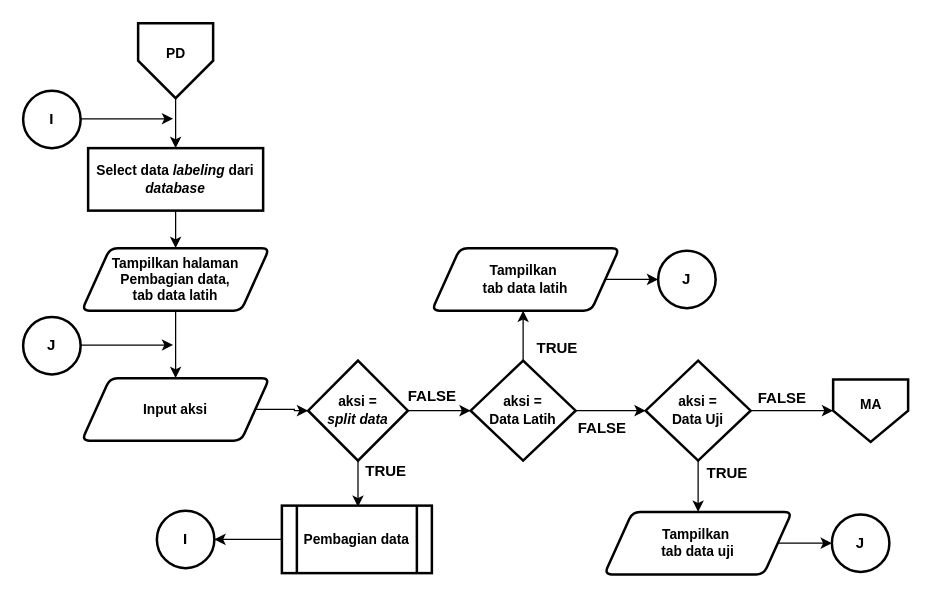
Earlier version of the draw.io diagram Dokumen TA/Paper/Flowchart/Flowchart menu pembagian data.drawio (muspriandi/TextMining-SentimentAnalysis). Source tidied: cells renumbered, new cells numbered last; positions are measured from the earlier drawing's top-left corner, leaving out a move shared by most shapes. Both pictures are drawn from the tidied source at 125%, with x=0, y=0 at pixel (22, 22).
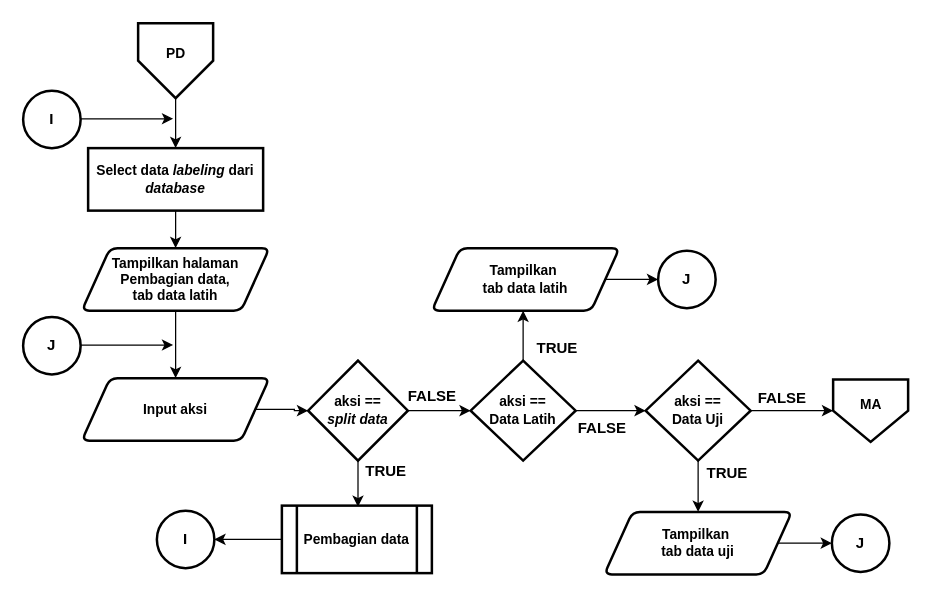
Above is the later version.

What changed in the source:
```diff
@@
-    <mxCell id="21" value="&lt;b style=&quot;font-size: 11px&quot;&gt;&lt;font style=&quot;font-size: 11px&quot;&gt;aksi =&lt;br&gt;&lt;i&gt;split data&lt;/i&gt;&lt;br&gt;&lt;/font&gt;&lt;/b&gt;" style="rhombus;whiteSpace=wrap;html=1;strokeWidth=2;fontSize=11;" parent="1" vertex="1">
+    <mxCell id="21" value="&lt;b style=&quot;font-size: 11px&quot;&gt;&lt;font style=&quot;font-size: 11px&quot;&gt;aksi ==&lt;br&gt;&lt;i&gt;split data&lt;/i&gt;&lt;br&gt;&lt;/font&gt;&lt;/b&gt;" style="rhombus;whiteSpace=wrap;html=1;strokeWidth=2;fontSize=11;" parent="1" vertex="1">
       <mxGeometry x="228" y="270" width="79.8" height="80" as="geometry" />
     </mxCell>
@@
-    <mxCell id="25" value="&lt;b style=&quot;font-size: 11px&quot;&gt;&lt;font style=&quot;font-size: 11px&quot;&gt;aksi = &lt;br&gt;Data Latih&lt;br&gt;&lt;/font&gt;&lt;/b&gt;" style="rhombus;whiteSpace=wrap;html=1;strokeWidth=2;fontSize=11;" parent="1" vertex="1">
+    <mxCell id="25" value="&lt;b style=&quot;font-size: 11px&quot;&gt;&lt;font style=&quot;font-size: 11px&quot;&gt;aksi == &lt;br&gt;Data Latih&lt;br&gt;&lt;/font&gt;&lt;/b&gt;" style="rhombus;whiteSpace=wrap;html=1;strokeWidth=2;fontSize=11;" parent="1" vertex="1">
       <mxGeometry x="358" y="270" width="84" height="80" as="geometry" />
     </mxCell>
@@
-    <mxCell id="36" value="&lt;b style=&quot;font-size: 11px&quot;&gt;&lt;font style=&quot;font-size: 11px&quot;&gt;aksi = &lt;br&gt;Data Uji&lt;br&gt;&lt;/font&gt;&lt;/b&gt;" style="rhombus;whiteSpace=wrap;html=1;strokeWidth=2;fontSize=11;" parent="1" vertex="1">
+    <mxCell id="36" value="&lt;b style=&quot;font-size: 11px&quot;&gt;&lt;font style=&quot;font-size: 11px&quot;&gt;aksi == &lt;br&gt;Data Uji&lt;br&gt;&lt;/font&gt;&lt;/b&gt;" style="rhombus;whiteSpace=wrap;html=1;strokeWidth=2;fontSize=11;" parent="1" vertex="1">
       <mxGeometry x="498" y="270" width="84" height="80" as="geometry" />
     </mxCell>
```
